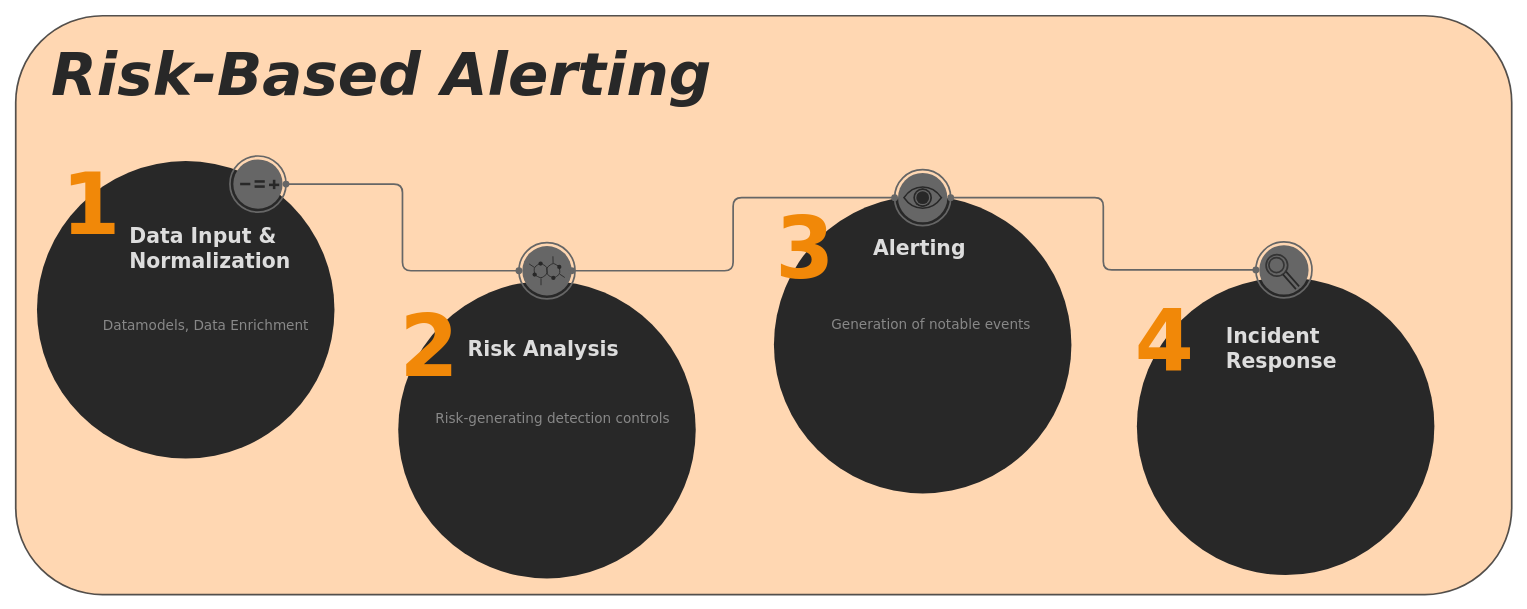
Earlier version of the draw.io diagram RBA.drawio (Lombs/junkbox). Source tidied: cells renumbered, new cells numbered last; positions are measured from the earlier drawing's top-left corner, leaving out a move shared by most shapes. Both pictures are drawn from the tidied source at 85%, with x=0, y=0 at pixel (15, 15).
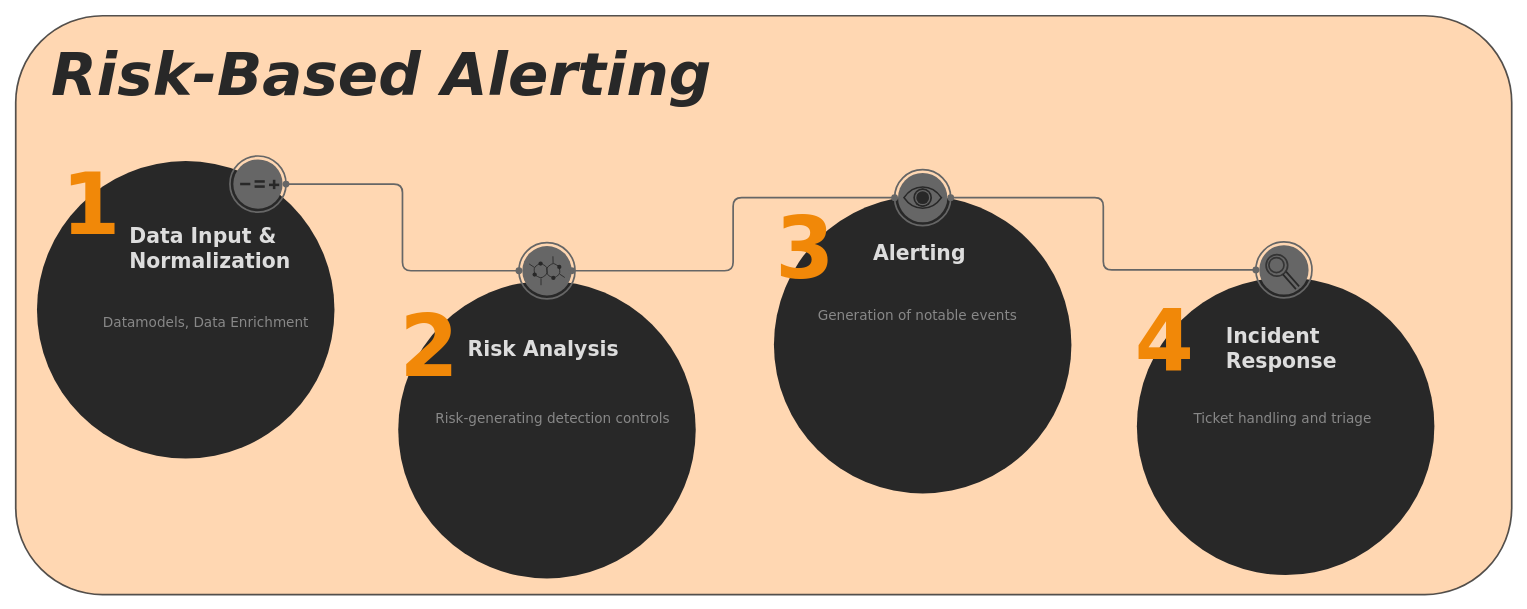
The same diagram, later.

The edit, as a diff of the source:
```diff
@@
     <mxCell id="12" value="Alerting" style="text;html=1;align=left;verticalAlign=top;spacingTop=-4;fontSize=24;fontFamily=Verdana;fontColor=#DDDDDD;fontStyle=1;rounded=1;" parent="1" vertex="1">
-      <mxGeometry x="1007" y="257" width="120" height="30" as="geometry" />
+      <mxGeometry x="1007" y="263" width="120" height="30" as="geometry" />
     </mxCell>
     <mxCell id="13" value="Datamodels, Data Enrichment" style="text;html=1;align=left;verticalAlign=top;spacingTop=-4;fontSize=16;fontColor=#888888;fontFamily=Verdana;rounded=1;" parent="1" vertex="1">
-      <mxGeometry x="101" y="352" width="260" height="20" as="geometry" />
+      <mxGeometry x="101" y="349" width="260" height="20" as="geometry" />
     </mxCell>
@@
     <mxCell id="15" value="Generation of notable events" style="text;html=1;align=left;verticalAlign=top;spacingTop=-4;fontSize=16;fontColor=#888888;fontFamily=Verdana;rounded=1;" parent="1" vertex="1">
-      <mxGeometry x="958" y="351" width="250" height="20" as="geometry" />
+      <mxGeometry x="942" y="341" width="250" height="20" as="geometry" />
     </mxCell>
@@
+    <mxCell id="62" value="Ticket handling and triage" style="text;html=1;align=left;verticalAlign=top;spacingTop=-4;fontSize=16;fontColor=#888888;fontFamily=Verdana;rounded=1;" parent="1" vertex="1">
+      <mxGeometry x="1384" y="462" width="230" height="20" as="geometry" />
+    </mxCell>
```
